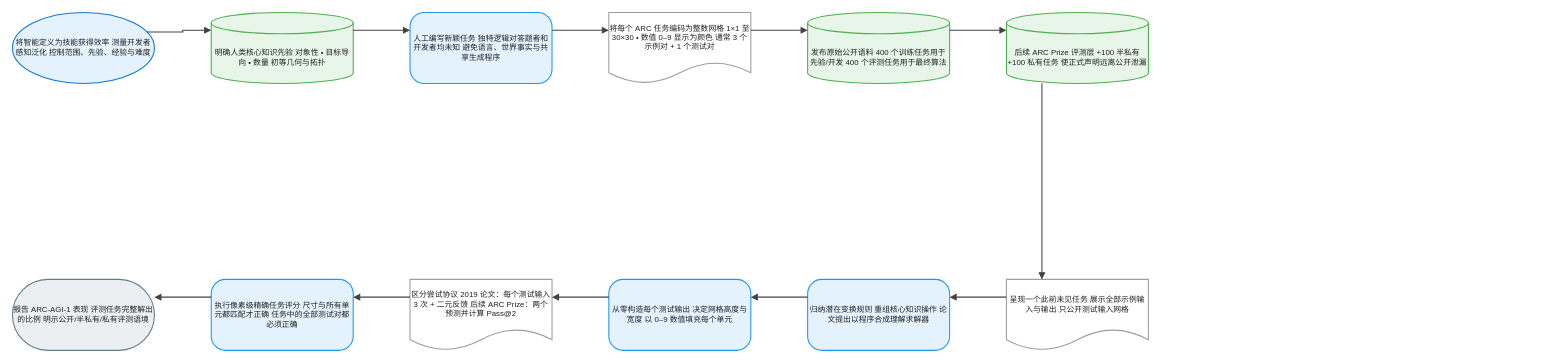
The draw.io diagram client/public/drawio/ARC-AGI-1/ARC-AGI-1.zh.drawio in joe1chief/benchmark-hub, before the edit. Source tidied: cells renumbered, new cells numbered last; positions are measured from the earlier drawing's top-left corner, leaving out a move shared by most shapes. Both pictures are drawn from the tidied source at 71%, with x=0, y=0 at pixel (12, 12).
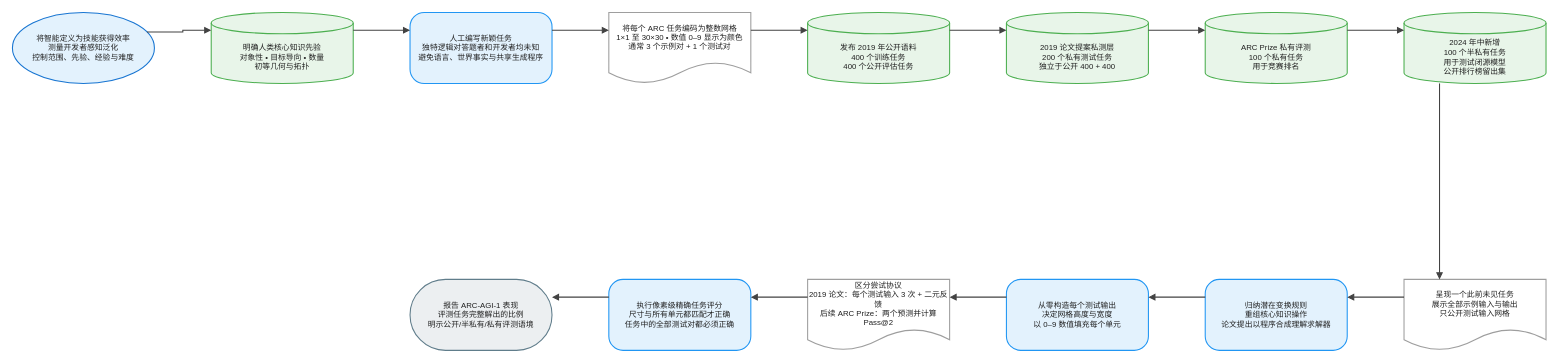
The same diagram, later.

Diff of the diagram source:
```diff
@@
-    <mxCell id="2" value="将智能定义为技能获得效率 测量开发者感知泛化 控制范围、先验、经验与难度" style="ellipse;html=1;whiteSpace=wrap;fillColor=#E3F2FD;strokeColor=#1976D2;strokeWidth=1.5;fontColor=#212121;fontSize=11;fontFamily=Arial, Helvetica, sans-serif;verticalAlign=middle;align=center;" parent="1" vertex="1">
+    <mxCell id="2" value="将智能定义为技能获得效率&#10;测量开发者感知泛化&#10;控制范围、先验、经验与难度" style="ellipse;html=0;convertToSvg=1;whiteSpace=wrap;fillColor=#E3F2FD;strokeColor=#1976D2;strokeWidth=1.5;fontColor=#212121;fontSize=11;fontFamily=Arial, Helvetica, sans-serif;verticalAlign=middle;align=center;" parent="1" vertex="1">
       <mxGeometry width="200" height="100" as="geometry" />
     </mxCell>
-    <mxCell id="3" value="明确人类核心知识先验 对象性 • 目标导向 • 数量 初等几何与拓扑" style="shape=cylinder3;boundedLbl=1;backgroundOutline=1;size=15;html=1;whiteSpace=wrap;fillColor=#E8F5E9;strokeColor=#4CAF50;strokeWidth=1.5;fontColor=#212121;fontSize=11;fontFamily=Arial, Helvetica, sans-serif;verticalAlign=middle;align=center;" parent="1" vertex="1">
+    <mxCell id="3" value="明确人类核心知识先验&#10;对象性 • 目标导向 • 数量&#10;初等几何与拓扑" style="shape=cylinder3;boundedLbl=1;backgroundOutline=1;size=15;html=0;convertToSvg=1;whiteSpace=wrap;fillColor=#E8F5E9;strokeColor=#4CAF50;strokeWidth=1.5;fontColor=#212121;fontSize=11;fontFamily=Arial, Helvetica, sans-serif;verticalAlign=middle;align=center;" parent="1" vertex="1">
       <mxGeometry x="280" width="200" height="100" as="geometry" />
     </mxCell>
-    <mxCell id="4" value="人工编写新颖任务 独特逻辑对答题者和开发者均未知 避免语言、世界事实与共享生成程序" style="rounded=1;arcSize=20;html=1;whiteSpace=wrap;fillColor=#E3F2FD;strokeColor=#2196F3;strokeWidth=1.5;fontColor=#212121;fontSize=11;fontFamily=Arial, Helvetica, sans-serif;verticalAlign=middle;align=center;" parent="1" vertex="1">
+    <mxCell id="4" value="人工编写新颖任务&#10;独特逻辑对答题者和开发者均未知&#10;避免语言、世界事实与共享生成程序" style="rounded=1;arcSize=20;html=0;convertToSvg=1;whiteSpace=wrap;fillColor=#E3F2FD;strokeColor=#2196F3;strokeWidth=1.5;fontColor=#212121;fontSize=11;fontFamily=Arial, Helvetica, sans-serif;verticalAlign=middle;align=center;" parent="1" vertex="1">
       <mxGeometry x="560" width="200" height="100" as="geometry" />
     </mxCell>
-    <mxCell id="5" value="将每个 ARC 任务编码为整数网格 1×1 至 30×30 • 数值 0–9 显示为颜色 通常 3 个示例对 + 1 个测试对" style="shape=document;boundedLbl=1;html=1;whiteSpace=wrap;fillColor=#FFFFFF;strokeColor=#9E9E9E;strokeWidth=1.5;fontColor=#212121;fontSize=11;fontFamily=Arial, Helvetica, sans-serif;verticalAlign=middle;align=center;" parent="1" vertex="1">
+    <mxCell id="5" value="将每个 ARC 任务编码为整数网格&#10;1×1 至 30×30 • 数值 0–9 显示为颜色&#10;通常 3 个示例对 + 1 个测试对" style="shape=document;boundedLbl=1;html=0;convertToSvg=1;whiteSpace=wrap;fillColor=#FFFFFF;strokeColor=#9E9E9E;strokeWidth=1.5;fontColor=#212121;fontSize=11;fontFamily=Arial, Helvetica, sans-serif;verticalAlign=middle;align=center;" parent="1" vertex="1">
       <mxGeometry x="840" width="200" height="100" as="geometry" />
     </mxCell>
-    <mxCell id="6" value="发布原始公开语料 400 个训练任务用于先验/开发 400 个评测任务用于最终算法" style="shape=cylinder3;boundedLbl=1;backgroundOutline=1;size=15;html=1;whiteSpace=wrap;fillColor=#E8F5E9;strokeColor=#4CAF50;strokeWidth=1.5;fontColor=#212121;fontSize=11;fontFamily=Arial, Helvetica, sans-serif;verticalAlign=middle;align=center;" parent="1" vertex="1">
+    <mxCell id="6" value="发布 2019 年公开语料&#10;400 个训练任务&#10;400 个公开评估任务" style="shape=cylinder3;boundedLbl=1;backgroundOutline=1;size=15;html=0;convertToSvg=1;whiteSpace=wrap;fillColor=#E8F5E9;strokeColor=#4CAF50;strokeWidth=1.5;fontColor=#212121;fontSize=11;fontFamily=Arial, Helvetica, sans-serif;verticalAlign=middle;align=center;" parent="1" vertex="1">
       <mxGeometry x="1120" width="200" height="100" as="geometry" />
     </mxCell>
-    <mxCell id="7" value="后续 ARC Prize 评测层 +100 半私有 +100 私有任务 使正式声明远离公开泄漏" style="shape=cylinder3;boundedLbl=1;backgroundOutline=1;size=15;html=1;whiteSpace=wrap;fillColor=#E8F5E9;strokeColor=#4CAF50;strokeWidth=1.5;fontColor=#212121;fontSize=11;fontFamily=Arial, Helvetica, sans-serif;verticalAlign=middle;align=center;" parent="1" vertex="1">
+    <mxCell id="7" value="2019 论文提案私测层&#10;200 个私有测试任务&#10;独立于公开 400 + 400" style="shape=cylinder3;boundedLbl=1;backgroundOutline=1;size=15;html=0;convertToSvg=1;whiteSpace=wrap;fillColor=#E8F5E9;strokeColor=#4CAF50;strokeWidth=1.5;fontColor=#212121;fontSize=11;fontFamily=Arial, Helvetica, sans-serif;verticalAlign=middle;align=center;" parent="1" vertex="1">
       <mxGeometry x="1400" width="200" height="100" as="geometry" />
     </mxCell>
-    <mxCell id="8" value="呈现一个此前未见任务 展示全部示例输入与输出 只公开测试输入网格" style="shape=document;boundedLbl=1;html=1;whiteSpace=wrap;fillColor=#FFFFFF;strokeColor=#9E9E9E;strokeWidth=1.5;fontColor=#212121;fontSize=11;fontFamily=Arial, Helvetica, sans-serif;verticalAlign=middle;align=center;" parent="1" vertex="1">
-      <mxGeometry x="1400" y="376" width="200" height="100" as="geometry" />
+    <mxCell id="8" value="ARC Prize 私有评测&#10;100 个私有任务&#10;用于竞赛排名" style="shape=cylinder3;boundedLbl=1;backgroundOutline=1;size=15;html=0;convertToSvg=1;whiteSpace=wrap;fillColor=#E8F5E9;strokeColor=#4CAF50;strokeWidth=1.5;fontColor=#212121;fontSize=11;fontFamily=Arial, Helvetica, sans-serif;verticalAlign=middle;align=center;" parent="1" vertex="1">
+      <mxGeometry x="1680" width="200" height="100" as="geometry" />
     </mxCell>
-    <mxCell id="9" value="归纳潜在变换规则 重组核心知识操作 论文提出以程序合成理解求解器" style="rounded=1;arcSize=20;html=1;whiteSpace=wrap;fillColor=#E3F2FD;strokeColor=#2196F3;strokeWidth=1.5;fontColor=#212121;fontSize=11;fontFamily=Arial, Helvetica, sans-serif;verticalAlign=middle;align=center;" parent="1" vertex="1">
-      <mxGeometry x="1120" y="376" width="200" height="100" as="geometry" />
+    <mxCell id="9" value="2024 年中新增&#10;100 个半私有任务&#10;用于测试闭源模型&#10;公开排行榜留出集" style="shape=cylinder3;boundedLbl=1;backgroundOutline=1;size=15;html=0;convertToSvg=1;whiteSpace=wrap;fillColor=#E8F5E9;strokeColor=#4CAF50;strokeWidth=1.5;fontColor=#212121;fontSize=11;fontFamily=Arial, Helvetica, sans-serif;verticalAlign=middle;align=center;" parent="1" vertex="1">
+      <mxGeometry x="1960" width="200" height="100" as="geometry" />
     </mxCell>
-    <mxCell id="10" value="从零构造每个测试输出 决定网格高度与宽度 以 0–9 数值填充每个单元" style="rounded=1;arcSize=20;html=1;whiteSpace=wrap;fillColor=#E3F2FD;strokeColor=#2196F3;strokeWidth=1.5;fontColor=#212121;fontSize=11;fontFamily=Arial, Helvetica, sans-serif;verticalAlign=middle;align=center;" parent="1" vertex="1">
-      <mxGeometry x="840" y="376" width="200" height="100" as="geometry" />
+    <mxCell id="10" value="呈现一个此前未见任务&#10;展示全部示例输入与输出&#10;只公开测试输入网格" style="shape=document;boundedLbl=1;html=0;convertToSvg=1;whiteSpace=wrap;fillColor=#FFFFFF;strokeColor=#9E9E9E;strokeWidth=1.5;fontColor=#212121;fontSize=11;fontFamily=Arial, Helvetica, sans-serif;verticalAlign=middle;align=center;" parent="1" vertex="1">
+      <mxGeometry x="1960" y="376" width="200" height="100" as="geometry" />
     </mxCell>
-    <mxCell id="11" value="区分尝试协议 2019 论文：每个测试输入 3 次 + 二元反馈 后续 ARC Prize：两个预测并计算 Pass@2" style="shape=document;boundedLbl=1;html=1;whiteSpace=wrap;fillColor=#FFFFFF;strokeColor=#9E9E9E;strokeWidth=1.5;fontColor=#212121;fontSize=11;fontFamily=Arial, Helvetica, sans-serif;verticalAlign=middle;align=center;" parent="1" vertex="1">
-      <mxGeometry x="560" y="376" width="200" height="100" as="geometry" />
+    <mxCell id="11" value="归纳潜在变换规则&#10;重组核心知识操作&#10;论文提出以程序合成理解求解器" style="rounded=1;arcSize=20;html=0;convertToSvg=1;whiteSpace=wrap;fillColor=#E3F2FD;strokeColor=#2196F3;strokeWidth=1.5;fontColor=#212121;fontSize=11;fontFamily=Arial, Helvetica, sans-serif;verticalAlign=middle;align=center;" parent="1" vertex="1">
+      <mxGeometry x="1680" y="376" width="200" height="100" as="geometry" />
     </mxCell>
-    <mxCell id="12" value="执行像素级精确任务评分 尺寸与所有单元都匹配才正确 任务中的全部测试对都必须正确" style="rounded=1;arcSize=20;html=1;whiteSpace=wrap;fillColor=#E3F2FD;strokeColor=#2196F3;strokeWidth=1.5;fontColor=#212121;fontSize=11;fontFamily=Arial, Helvetica, sans-serif;verticalAlign=middle;align=center;" parent="1" vertex="1">
-      <mxGeometry x="280" y="376" width="200" height="100" as="geometry" />
+    <mxCell id="12" value="从零构造每个测试输出&#10;决定网格高度与宽度&#10;以 0–9 数值填充每个单元" style="rounded=1;arcSize=20;html=0;convertToSvg=1;whiteSpace=wrap;fillColor=#E3F2FD;strokeColor=#2196F3;strokeWidth=1.5;fontColor=#212121;fontSize=11;fontFamily=Arial, Helvetica, sans-serif;verticalAlign=middle;align=center;" parent="1" vertex="1">
+      <mxGeometry x="1400" y="376" width="200" height="100" as="geometry" />
     </mxCell>
-    <mxCell id="13" value="报告 ARC-AGI-1 表现 评测任务完整解出的比例 明示公开/半私有/私有评测语境" style="rounded=1;arcSize=50;html=1;whiteSpace=wrap;fillColor=#ECEFF1;strokeColor=#607D8B;strokeWidth=1.5;fontColor=#212121;fontSize=11;fontFamily=Arial, Helvetica, sans-serif;verticalAlign=middle;align=center;" parent="1" vertex="1">
-      <mxGeometry y="376" width="200" height="100" as="geometry" />
+    <mxCell id="13" value="区分尝试协议&#10;2019 论文：每个测试输入 3 次 + 二元反馈&#10;后续 ARC Prize：两个预测并计算 Pass@2" style="shape=document;boundedLbl=1;html=0;convertToSvg=1;whiteSpace=wrap;fillColor=#FFFFFF;strokeColor=#9E9E9E;strokeWidth=1.5;fontColor=#212121;fontSize=11;fontFamily=Arial, Helvetica, sans-serif;verticalAlign=middle;align=center;" parent="1" vertex="1">
+      <mxGeometry x="1120" y="376" width="200" height="100" as="geometry" />
     </mxCell>
-    <mxCell id="14" style="edgeStyle=orthogonalEdgeStyle;rounded=0;jettySize=auto;html=1;strokeColor=#424242;strokeWidth=1.5;endArrow=block;endFill=1;exitX=1;exitY=0.25;exitDx=0;exitDy=0;entryX=0;entryY=0.25;entryDx=0;entryDy=0;jumpStyle=arc;jumpSize=8;" parent="1" edge="1" source="2" target="3">
-      <mxGeometry relative="1" as="geometry" />
+    <mxCell id="14" value="执行像素级精确任务评分&#10;尺寸与所有单元都匹配才正确&#10;任务中的全部测试对都必须正确" style="rounded=1;arcSize=20;html=0;convertToSvg=1;whiteSpace=wrap;fillColor=#E3F2FD;strokeColor=#2196F3;strokeWidth=1.5;fontColor=#212121;fontSize=11;fontFamily=Arial, Helvetica, sans-serif;verticalAlign=middle;align=center;" parent="1" vertex="1">
+      <mxGeometry x="840" y="376" width="200" height="100" as="geometry" />
     </mxCell>
-    <mxCell id="15" style="edgeStyle=orthogonalEdgeStyle;rounded=0;jettySize=auto;html=1;strokeColor=#424242;strokeWidth=1.5;endArrow=block;endFill=1;exitX=1;exitY=0.25;exitDx=0;exitDy=0;entryX=0;entryY=0.25;entryDx=0;entryDy=0;jumpStyle=arc;jumpSize=8;" parent="1" edge="1" source="3" target="4">
-      <mxGeometry relative="1" as="geometry" />
+    <mxCell id="15" value="报告 ARC-AGI-1 表现&#10;评测任务完整解出的比例&#10;明示公开/半私有/私有评测语境" style="rounded=1;arcSize=50;html=0;convertToSvg=1;whiteSpace=wrap;fillColor=#ECEFF1;strokeColor=#607D8B;strokeWidth=1.5;fontColor=#212121;fontSize=11;fontFamily=Arial, Helvetica, sans-serif;verticalAlign=middle;align=center;" parent="1" vertex="1">
+      <mxGeometry x="560" y="376" width="200" height="100" as="geometry" />
     </mxCell>
-    <mxCell id="16" style="edgeStyle=orthogonalEdgeStyle;rounded=0;jettySize=auto;html=1;strokeColor=#424242;strokeWidth=1.5;endArrow=block;endFill=1;exitX=1;exitY=0.25;exitDx=0;exitDy=0;entryX=0;entryY=0.25;entryDx=0;entryDy=0;jumpStyle=arc;jumpSize=8;" parent="1" edge="1" source="4" target="5">
+    <mxCell id="16" style="edgeStyle=orthogonalEdgeStyle;rounded=0;jettySize=auto;html=0;convertToSvg=1;strokeColor=#424242;strokeWidth=1.5;endArrow=block;endFill=1;exitX=1;exitY=0.25;exitDx=0;exitDy=0;entryX=0;entryY=0.25;entryDx=0;entryDy=0;jumpStyle=arc;jumpSize=8;" parent="1" edge="1" source="2" target="3">
       <mxGeometry relative="1" as="geometry" />
     </mxCell>
-    <mxCell id="17" style="edgeStyle=orthogonalEdgeStyle;rounded=0;jettySize=auto;html=1;strokeColor=#424242;strokeWidth=1.5;endArrow=block;endFill=1;exitX=1;exitY=0.25;exitDx=0;exitDy=0;entryX=0;entryY=0.25;entryDx=0;entryDy=0;jumpStyle=arc;jumpSize=8;" parent="1" edge="1" source="5" target="6">
+    <mxCell id="17" style="edgeStyle=orthogonalEdgeStyle;rounded=0;jettySize=auto;html=0;convertToSvg=1;strokeColor=#424242;strokeWidth=1.5;endArrow=block;endFill=1;exitX=1;exitY=0.25;exitDx=0;exitDy=0;entryX=0;entryY=0.25;entryDx=0;entryDy=0;jumpStyle=arc;jumpSize=8;" parent="1" edge="1" source="3" target="4">
       <mxGeometry relative="1" as="geometry" />
     </mxCell>
-    <mxCell id="18" style="edgeStyle=orthogonalEdgeStyle;rounded=0;jettySize=auto;html=1;strokeColor=#424242;strokeWidth=1.5;endArrow=block;endFill=1;exitX=1;exitY=0.25;exitDx=0;exitDy=0;entryX=0;entryY=0.25;entryDx=0;entryDy=0;jumpStyle=arc;jumpSize=8;" parent="1" edge="1" source="6" target="7">
+    <mxCell id="18" style="edgeStyle=orthogonalEdgeStyle;rounded=0;jettySize=auto;html=0;convertToSvg=1;strokeColor=#424242;strokeWidth=1.5;endArrow=block;endFill=1;exitX=1;exitY=0.25;exitDx=0;exitDy=0;entryX=0;entryY=0.25;entryDx=0;entryDy=0;jumpStyle=arc;jumpSize=8;" parent="1" edge="1" source="4" target="5">
       <mxGeometry relative="1" as="geometry" />
     </mxCell>
-    <mxCell id="19" style="edgeStyle=orthogonalEdgeStyle;rounded=0;jettySize=auto;html=1;strokeColor=#424242;strokeWidth=1.5;endArrow=block;endFill=1;exitX=0.25;exitY=1;exitDx=0;exitDy=0;entryX=0.25;entryY=0;entryDx=0;entryDy=0;jumpStyle=arc;jumpSize=8;" parent="1" edge="1" source="7" target="8">
+    <mxCell id="19" style="edgeStyle=orthogonalEdgeStyle;rounded=0;jettySize=auto;html=0;convertToSvg=1;strokeColor=#424242;strokeWidth=1.5;endArrow=block;endFill=1;exitX=1;exitY=0.25;exitDx=0;exitDy=0;entryX=0;entryY=0.25;entryDx=0;entryDy=0;jumpStyle=arc;jumpSize=8;" parent="1" edge="1" source="5" target="6">
       <mxGeometry relative="1" as="geometry" />
     </mxCell>
-    <mxCell id="20" style="edgeStyle=orthogonalEdgeStyle;rounded=0;jettySize=auto;html=1;strokeColor=#424242;strokeWidth=1.5;endArrow=block;endFill=1;exitX=0;exitY=0.25;exitDx=0;exitDy=0;entryX=1;entryY=0.25;entryDx=0;entryDy=0;jumpStyle=arc;jumpSize=8;" parent="1" edge="1" source="8" target="9">
+    <mxCell id="20" style="edgeStyle=orthogonalEdgeStyle;rounded=0;jettySize=auto;html=0;convertToSvg=1;strokeColor=#424242;strokeWidth=1.5;endArrow=block;endFill=1;exitX=1;exitY=0.25;exitDx=0;exitDy=0;entryX=0;entryY=0.25;entryDx=0;entryDy=0;jumpStyle=arc;jumpSize=8;" parent="1" edge="1" source="6" target="7">
       <mxGeometry relative="1" as="geometry" />
     </mxCell>
-    <mxCell id="21" style="edgeStyle=orthogonalEdgeStyle;rounded=0;jettySize=auto;html=1;strokeColor=#424242;strokeWidth=1.5;endArrow=block;endFill=1;exitX=0;exitY=0.25;exitDx=0;exitDy=0;entryX=1;entryY=0.25;entryDx=0;entryDy=0;jumpStyle=arc;jumpSize=8;" parent="1" edge="1" source="9" target="10">
+    <mxCell id="21" style="edgeStyle=orthogonalEdgeStyle;rounded=0;jettySize=auto;html=0;convertToSvg=1;strokeColor=#424242;strokeWidth=1.5;endArrow=block;endFill=1;exitX=1;exitY=0.25;exitDx=0;exitDy=0;entryX=0;entryY=0.25;entryDx=0;entryDy=0;jumpStyle=arc;jumpSize=8;" parent="1" edge="1" source="7" target="8">
       <mxGeometry relative="1" as="geometry" />
     </mxCell>
-    <mxCell id="22" style="edgeStyle=orthogonalEdgeStyle;rounded=0;jettySize=auto;html=1;strokeColor=#424242;strokeWidth=1.5;endArrow=block;endFill=1;exitX=0;exitY=0.25;exitDx=0;exitDy=0;entryX=1;entryY=0.25;entryDx=0;entryDy=0;jumpStyle=arc;jumpSize=8;" parent="1" edge="1" source="10" target="11">
+    <mxCell id="22" style="edgeStyle=orthogonalEdgeStyle;rounded=0;jettySize=auto;html=0;convertToSvg=1;strokeColor=#424242;strokeWidth=1.5;endArrow=block;endFill=1;exitX=1;exitY=0.25;exitDx=0;exitDy=0;entryX=0;entryY=0.25;entryDx=0;entryDy=0;jumpStyle=arc;jumpSize=8;" parent="1" edge="1" source="8" target="9">
       <mxGeometry relative="1" as="geometry" />
     </mxCell>
-    <mxCell id="23" style="edgeStyle=orthogonalEdgeStyle;rounded=0;jettySize=auto;html=1;strokeColor=#424242;strokeWidth=1.5;endArrow=block;endFill=1;exitX=0;exitY=0.25;exitDx=0;exitDy=0;entryX=1;entryY=0.25;entryDx=0;entryDy=0;jumpStyle=arc;jumpSize=8;" parent="1" edge="1" source="11" target="12">
+    <mxCell id="23" style="edgeStyle=orthogonalEdgeStyle;rounded=0;jettySize=auto;html=0;convertToSvg=1;strokeColor=#424242;strokeWidth=1.5;endArrow=block;endFill=1;exitX=0.25;exitY=1;exitDx=0;exitDy=0;entryX=0.25;entryY=0;entryDx=0;entryDy=0;jumpStyle=arc;jumpSize=8;" parent="1" edge="1" source="9" target="10">
       <mxGeometry relative="1" as="geometry" />
     </mxCell>
-    <mxCell id="24" style="edgeStyle=orthogonalEdgeStyle;rounded=0;jettySize=auto;html=1;strokeColor=#424242;strokeWidth=1.5;endArrow=block;endFill=1;exitX=0;exitY=0.25;exitDx=0;exitDy=0;entryX=1;entryY=0.25;entryDx=0;entryDy=0;jumpStyle=arc;jumpSize=8;" parent="1" edge="1" source="12" target="13">
+    <mxCell id="24" style="edgeStyle=orthogonalEdgeStyle;rounded=0;jettySize=auto;html=0;convertToSvg=1;strokeColor=#424242;strokeWidth=1.5;endArrow=block;endFill=1;exitX=0;exitY=0.25;exitDx=0;exitDy=0;entryX=1;entryY=0.25;entryDx=0;entryDy=0;jumpStyle=arc;jumpSize=8;" parent="1" edge="1" source="10" target="11">
       <mxGeometry relative="1" as="geometry" />
     </mxCell>
+    <mxCell id="25" style="edgeStyle=orthogonalEdgeStyle;rounded=0;jettySize=auto;html=0;convertToSvg=1;strokeColor=#424242;strokeWidth=1.5;endArrow=block;endFill=1;exitX=0;exitY=0.25;exitDx=0;exitDy=0;entryX=1;entryY=0.25;entryDx=0;entryDy=0;jumpStyle=arc;jumpSize=8;" parent="1" edge="1" source="11" target="12">
+      <mxGeometry relative="1" as="geometry" />
+    </mxCell>
+    <mxCell id="26" style="edgeStyle=orthogonalEdgeStyle;rounded=0;jettySize=auto;html=0;convertToSvg=1;strokeColor=#424242;strokeWidth=1.5;endArrow=block;endFill=1;exitX=0;exitY=0.25;exitDx=0;exitDy=0;entryX=1;entryY=0.25;entryDx=0;entryDy=0;jumpStyle=arc;jumpSize=8;" parent="1" edge="1" source="12" target="13">
+      <mxGeometry relative="1" as="geometry" />
+    </mxCell>
+    <mxCell id="27" style="edgeStyle=orthogonalEdgeStyle;rounded=0;jettySize=auto;html=0;convertToSvg=1;strokeColor=#424242;strokeWidth=1.5;endArrow=block;endFill=1;exitX=0;exitY=0.25;exitDx=0;exitDy=0;entryX=1;entryY=0.25;entryDx=0;entryDy=0;jumpStyle=arc;jumpSize=8;" parent="1" edge="1" source="13" target="14">
+      <mxGeometry relative="1" as="geometry" />
+    </mxCell>
+    <mxCell id="28" style="edgeStyle=orthogonalEdgeStyle;rounded=0;jettySize=auto;html=0;convertToSvg=1;strokeColor=#424242;strokeWidth=1.5;endArrow=block;endFill=1;exitX=0;exitY=0.25;exitDx=0;exitDy=0;entryX=1;entryY=0.25;entryDx=0;entryDy=0;jumpStyle=arc;jumpSize=8;" parent="1" edge="1" source="14" target="15">
+      <mxGeometry relative="1" as="geometry" />
+    </mxCell>
```
